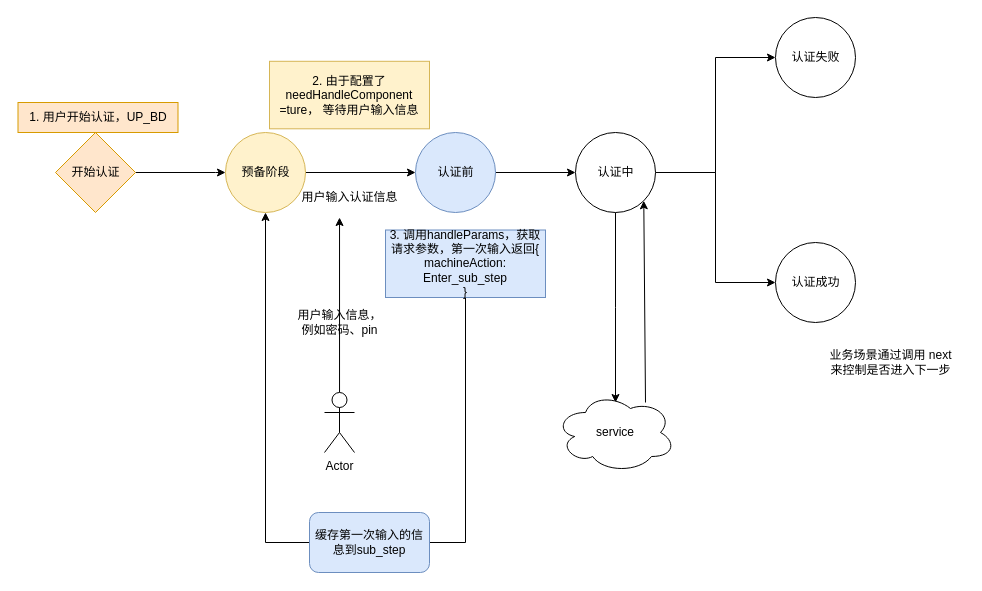
This is page "场景3:需要otp" (5 of 6) of useVerify/状态机.drawio from RexYao97/sfrex, a draw.io file, before an edit. Source tidied: cells renumbered, new cells numbered last; positions are measured from the earlier drawing's top-left corner, leaving out a move shared by most shapes. Both pictures are drawn from the tidied source at 100%, with x=0, y=0 at pixel (17, 17).
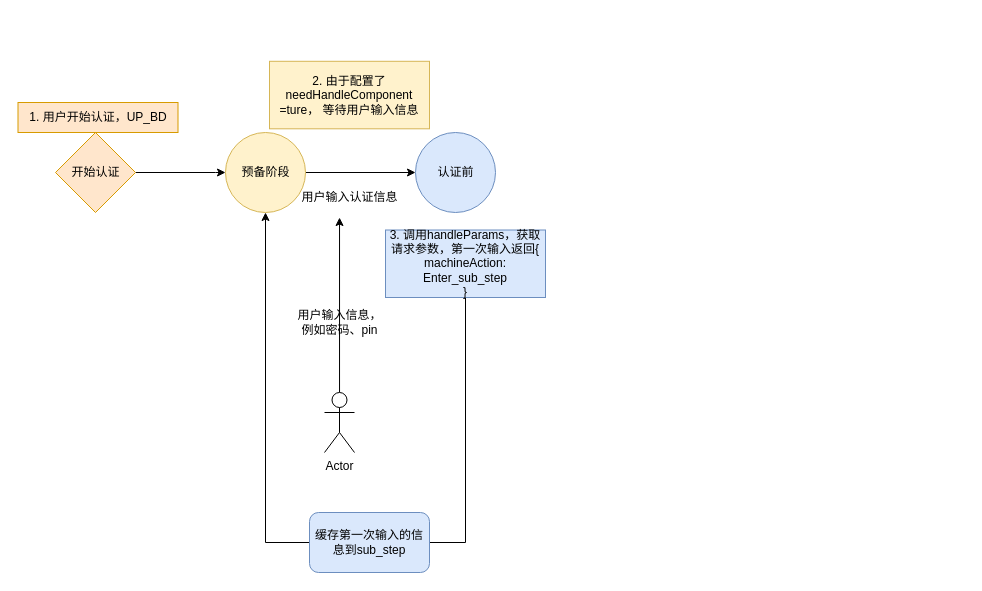
After the change.

The edit, as a diff of the source:
```diff
@@
-    <mxCell id="6" style="edgeStyle=orthogonalEdgeStyle;rounded=0;jettySize=auto;html=1;entryX=0;entryY=0.5;entryDx=0;entryDy=0;" parent="1" edge="1" source="31" target="11">
-      <mxGeometry relative="1" as="geometry" />
-    </mxCell>
-    <mxCell id="7" style="edgeStyle=orthogonalEdgeStyle;rounded=0;jettySize=auto;html=1;entryX=0;entryY=0.5;entryDx=0;entryDy=0;" parent="1" edge="1" source="31" target="9">
-      <mxGeometry relative="1" as="geometry" />
-    </mxCell>
-    <mxCell id="8" style="edgeStyle=orthogonalEdgeStyle;rounded=0;jettySize=auto;html=1;" parent="1" edge="1" source="31">
-      <mxGeometry relative="1" as="geometry">
-        <mxPoint x="598" y="385" as="targetPoint" />
-      </mxGeometry>
-    </mxCell>
-    <mxCell id="9" style="ellipse;whiteSpace=wrap;html=1;" parent="1" vertex="1">
-      <mxGeometry x="758" y="225" width="80" height="80" as="geometry" />
-    </mxCell>
-    <mxCell id="10" value="认证成功" style="text;html=1;align=center;verticalAlign=middle;strokeColor=none;fillColor=none;" parent="1" vertex="1">
-      <mxGeometry x="763" y="250" width="70" height="30" as="geometry" />
-    </mxCell>
-    <mxCell id="11" style="ellipse;whiteSpace=wrap;html=1;" parent="1" vertex="1">
-      <mxGeometry x="758" width="80" height="80" as="geometry" />
-    </mxCell>
-    <mxCell id="12" value="认证失败" style="text;html=1;align=center;verticalAlign=middle;strokeColor=none;fillColor=none;" parent="1" vertex="1">
-      <mxGeometry x="763" y="25" width="70" height="30" as="geometry" />
-    </mxCell>
-    <mxCell id="13" style="edgeStyle=orthogonalEdgeStyle;rounded=0;orthogonalLoop=1;jettySize=auto;html=1;" parent="1" edge="1">
-      <mxGeometry relative="1" as="geometry">
-        <mxPoint x="478" y="155" as="sourcePoint" />
-        <mxPoint x="558" y="155" as="targetPoint" />
-      </mxGeometry>
-    </mxCell>
@@
-    <mxCell id="16" value="业务场景通过调用 next &lt;br&gt;来控制是否进入下一步" style="text;html=1;align=center;verticalAlign=middle;strokeColor=none;fillColor=none;" parent="1" vertex="1">
-      <mxGeometry x="798" y="325" width="150" height="40" as="geometry" />
-    </mxCell>
@@
-    <mxCell id="22" value="service" style="ellipse;shape=cloud;whiteSpace=wrap;html=1;" parent="1" vertex="1">
-      <mxGeometry x="538" y="375" width="120" height="80" as="geometry" />
-    </mxCell>
-    <mxCell id="23" style="endArrow=classic;html=1;rounded=0;exitX=0.75;exitY=0.125;exitDx=0;exitDy=0;exitPerimeter=0;entryX=1;entryY=1;entryDx=0;entryDy=0;" parent="1" edge="1" source="22" target="31">
-      <mxGeometry relative="1" as="geometry" />
-    </mxCell>
@@
-    <mxCell id="31" style="ellipse;whiteSpace=wrap;html=1;" parent="1" vertex="1">
-      <mxGeometry x="558" y="115" width="80" height="80" as="geometry" />
-    </mxCell>
-    <mxCell id="32" value="认证中" style="text;html=1;align=center;verticalAlign=middle;strokeColor=none;fillColor=none;" parent="1" vertex="1">
-      <mxGeometry x="568" y="140" width="60" height="30" as="geometry" />
-    </mxCell>
```
